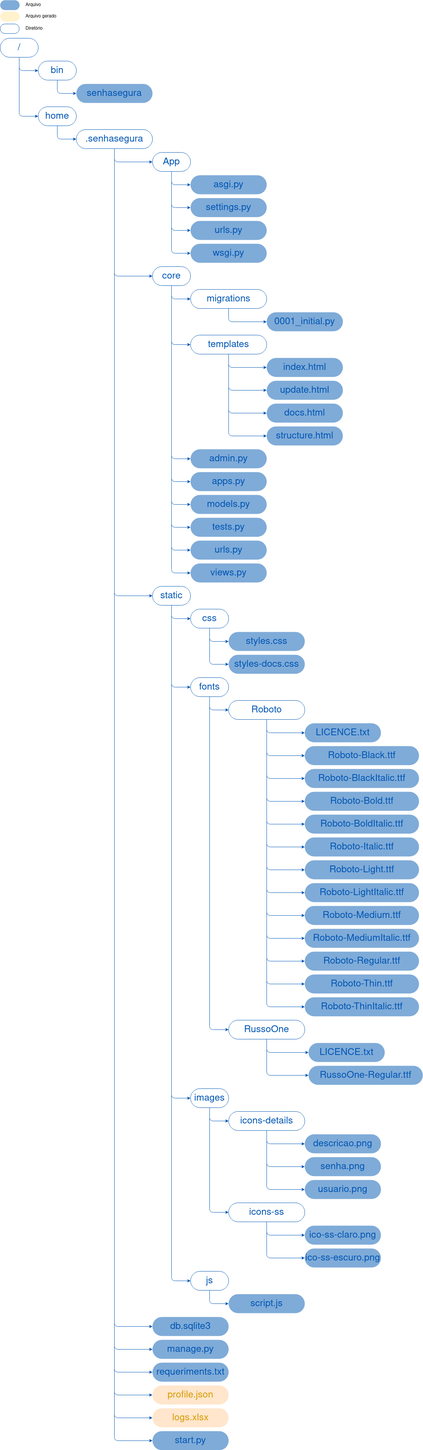
Bill1300/senhasegura keeps this draw.io diagram as static/images/imgs-docs/structure.png. Above is the earlier version. Source tidied: cells renumbered, new cells last; positions are measured from the earlier drawing's top-left corner, leaving out a move shared by most shapes.
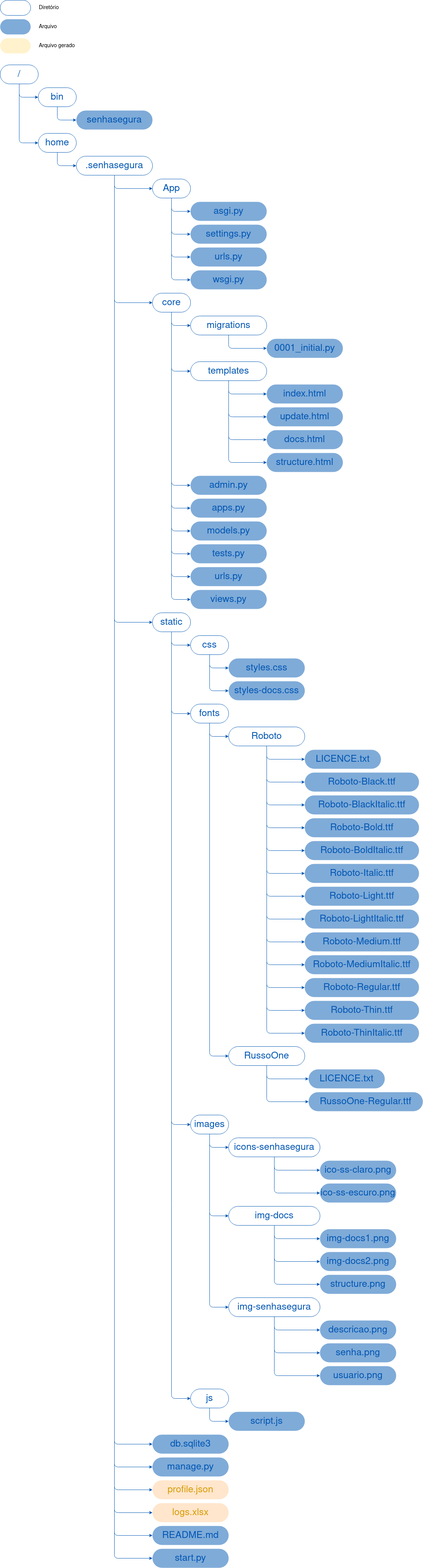
After the change.

Change to the diagram source:
```diff
@@ -17,9 +17,6 @@
     <mxCell id="6" style="edgeStyle=orthogonalEdgeStyle;rounded=1;jettySize=auto;html=1;exitX=0.5;exitY=1;exitDx=0;exitDy=0;entryX=0;entryY=0.5;entryDx=0;entryDy=0;curved=0;strokeColor=#0056B3;strokeWidth=1;" parent="1" edge="1" source="11" target="124">
       <mxGeometry relative="1" as="geometry" />
     </mxCell>
-    <mxCell id="7" style="edgeStyle=orthogonalEdgeStyle;rounded=1;jettySize=auto;html=1;exitX=0.5;exitY=1;exitDx=0;exitDy=0;entryX=0;entryY=0.5;entryDx=0;entryDy=0;curved=0;strokeColor=#0056B3;strokeWidth=1;" parent="1" edge="1" source="11" target="131">
-      <mxGeometry relative="1" as="geometry" />
-    </mxCell>
     <mxCell id="8" style="edgeStyle=orthogonalEdgeStyle;rounded=1;jettySize=auto;html=1;exitX=0.5;exitY=1;exitDx=0;exitDy=0;entryX=0;entryY=0.5;entryDx=0;entryDy=0;curved=0;strokeColor=#0056B3;strokeWidth=1;" parent="1" edge="1" source="11" target="125">
       <mxGeometry relative="1" as="geometry" />
     </mxCell>
@@ -29,6 +26,9 @@
     <mxCell id="10" style="edgeStyle=orthogonalEdgeStyle;rounded=1;jettySize=auto;html=1;exitX=0.5;exitY=1;exitDx=0;exitDy=0;entryX=0;entryY=0.5;entryDx=0;entryDy=0;curved=0;strokeColor=#0056B3;" parent="1" edge="1" source="11" target="127">
       <mxGeometry relative="1" as="geometry" />
     </mxCell>
+    <mxCell id="132" style="edgeStyle=orthogonalEdgeStyle;rounded=1;jettySize=auto;html=1;exitX=0.5;exitY=1;exitDx=0;exitDy=0;entryX=0;entryY=0.5;entryDx=0;entryDy=0;curved=0;strokeColor=#0056B3;" parent="1" edge="1" source="11" target="146">
+      <mxGeometry relative="1" as="geometry" />
+    </mxCell>
     <mxCell id="11" value="&lt;font color=&quot;#0056b3&quot; style=&quot;font-size: 25px;&quot;&gt;.senhasegura&lt;/font&gt;" style="rounded=1;whiteSpace=wrap;html=1;arcSize=50;fillColor=none;strokeColor=#0056B3;strokeWidth=1;" parent="1" vertex="1">
       <mxGeometry x="200" y="340" width="200" height="50" as="geometry" />
     </mxCell>
@@ -56,21 +56,6 @@
     <mxCell id="19" value="&lt;font color=&quot;#0056b3&quot; style=&quot;font-size: 25px;&quot;&gt;senhasegura&lt;/font&gt;" style="rounded=1;whiteSpace=wrap;html=1;arcSize=50;fillColor=#7fabd8;strokeColor=none;strokeWidth=1;" parent="1" vertex="1">
       <mxGeometry x="200" y="220" width="200" height="50" as="geometry" />
     </mxCell>
-    <mxCell id="20" style="group;strokeWidth=1;" parent="1" vertex="1">
-      <mxGeometry y="30" width="159" height="57.5" as="geometry" />
-    </mxCell>
-    <mxCell id="21" style="rounded=1;whiteSpace=wrap;html=1;arcSize=50;fillColor=none;strokeColor=#0056B3;strokeWidth=1;" parent="20" vertex="1">
-      <mxGeometry y="32.5" width="50" height="25" as="geometry" />
-    </mxCell>
-    <mxCell id="22" style="rounded=1;whiteSpace=wrap;html=1;arcSize=50;fillColor=#fff2cc;strokeColor=none;strokeWidth=1;" parent="20" vertex="1">
-      <mxGeometry width="51" height="26" as="geometry" />
-    </mxCell>
-    <mxCell id="23" value="Arquivo gerado" style="text;html=1;strokeColor=none;fillColor=none;align=left;verticalAlign=middle;whiteSpace=wrap;rounded=0;strokeWidth=1;" parent="20" vertex="1">
-      <mxGeometry x="65" y="3" width="94" height="20" as="geometry" />
-    </mxCell>
-    <mxCell id="24" value="Diretório" style="text;html=1;strokeColor=none;fillColor=none;align=left;verticalAlign=middle;whiteSpace=wrap;rounded=0;strokeWidth=1;" parent="20" vertex="1">
-      <mxGeometry x="65" y="35" width="94" height="20" as="geometry" />
-    </mxCell>
     <mxCell id="25" style="edgeStyle=orthogonalEdgeStyle;rounded=1;jettySize=auto;html=1;exitX=0.5;exitY=1;exitDx=0;exitDy=0;entryX=0;entryY=0.5;entryDx=0;entryDy=0;strokeColor=#0056B3;curved=0;strokeWidth=1;" parent="1" edge="1" source="29" target="30">
       <mxGeometry relative="1" as="geometry" />
     </mxCell>
@@ -317,80 +302,116 @@
     <mxCell id="106" style="edgeStyle=orthogonalEdgeStyle;rounded=1;jettySize=auto;html=1;exitX=0.5;exitY=1;exitDx=0;exitDy=0;entryX=0;entryY=0.5;entryDx=0;entryDy=0;curved=0;strokeColor=#0056B3;strokeWidth=1;" parent="1" edge="1" source="107" target="117">
       <mxGeometry relative="1" as="geometry" />
     </mxCell>
+    <mxCell id="133" style="edgeStyle=orthogonalEdgeStyle;rounded=1;jettySize=auto;html=1;exitX=0.5;exitY=1;exitDx=0;exitDy=0;entryX=0;entryY=0.5;entryDx=0;entryDy=0;curved=0;strokeColor=#0056B3;" parent="1" edge="1" source="107" target="142">
+      <mxGeometry relative="1" as="geometry" />
+    </mxCell>
     <mxCell id="107" value="&lt;font color=&quot;#0056b3&quot; style=&quot;font-size: 25px;&quot;&gt;images&lt;/font&gt;" style="rounded=1;whiteSpace=wrap;html=1;arcSize=50;fillColor=none;strokeColor=#0056B3;strokeWidth=1;" parent="1" vertex="1">
       <mxGeometry x="500" y="2860" width="100" height="50" as="geometry" />
     </mxCell>
-    <mxCell id="108" style="edgeStyle=orthogonalEdgeStyle;rounded=1;jettySize=auto;html=1;exitX=0.5;exitY=1;exitDx=0;exitDy=0;entryX=0;entryY=0.5;entryDx=0;entryDy=0;curved=0;strokeColor=#0056B3;strokeWidth=1;" parent="1" edge="1" source="111" target="112">
-      <mxGeometry relative="1" as="geometry" />
-    </mxCell>
-    <mxCell id="109" style="edgeStyle=orthogonalEdgeStyle;rounded=1;jettySize=auto;html=1;exitX=0.5;exitY=1;exitDx=0;exitDy=0;entryX=0;entryY=0.5;entryDx=0;entryDy=0;curved=0;strokeColor=#0056B3;strokeWidth=1;" parent="1" edge="1" source="111" target="113">
-      <mxGeometry relative="1" as="geometry" />
-    </mxCell>
-    <mxCell id="110" style="edgeStyle=orthogonalEdgeStyle;rounded=1;jettySize=auto;html=1;exitX=0.5;exitY=1;exitDx=0;exitDy=0;entryX=0;entryY=0.5;entryDx=0;entryDy=0;curved=0;strokeColor=#0056B3;strokeWidth=1;" parent="1" edge="1" source="111" target="114">
-      <mxGeometry relative="1" as="geometry" />
-    </mxCell>
+    <mxCell id="134" style="edgeStyle=orthogonalEdgeStyle;rounded=1;jettySize=auto;html=1;exitX=0.5;exitY=1;exitDx=0;exitDy=0;entryX=0;entryY=0.5;entryDx=0;entryDy=0;strokeColor=#0056B3;curved=0;" parent="1" edge="1" source="111" target="118">
+      <mxGeometry relative="1" as="geometry" />
+    </mxCell>
+    <mxCell id="135" style="edgeStyle=orthogonalEdgeStyle;rounded=1;jettySize=auto;html=1;exitX=0.5;exitY=1;exitDx=0;exitDy=0;entryX=0;entryY=0.5;entryDx=0;entryDy=0;strokeColor=#0056B3;curved=0;" parent="1" edge="1" source="111" target="119">
+      <mxGeometry relative="1" as="geometry" />
+    </mxCell>
-    <mxCell id="111" value="&lt;font color=&quot;#0056b3&quot; style=&quot;font-size: 25px;&quot;&gt;icons-details&lt;/font&gt;" style="rounded=1;whiteSpace=wrap;html=1;arcSize=50;fillColor=none;strokeColor=#0056B3;strokeWidth=1;" parent="1" vertex="1">
-      <mxGeometry x="600" y="2920" width="200" height="50" as="geometry" />
+    <mxCell id="111" value="&lt;font color=&quot;#0056b3&quot; style=&quot;font-size: 25px;&quot;&gt;icons-senhasegura&lt;/font&gt;" style="rounded=1;whiteSpace=wrap;html=1;arcSize=50;fillColor=none;strokeColor=#0056B3;strokeWidth=1;" parent="1" vertex="1">
+      <mxGeometry x="600" y="2920" width="240" height="50" as="geometry" />
     </mxCell>
-    <mxCell id="112" value="&lt;font color=&quot;#0056b3&quot; style=&quot;font-size: 25px;&quot;&gt;descricao.png&lt;/font&gt;" style="rounded=1;whiteSpace=wrap;html=1;arcSize=50;fillColor=#7fabd8;strokeColor=none;strokeWidth=1;" parent="1" vertex="1">
-      <mxGeometry x="800" y="2980" width="200" height="50" as="geometry" />
+    <mxCell id="112" value="&lt;font color=&quot;#0056b3&quot; style=&quot;font-size: 25px;&quot;&gt;img-docs1.png&lt;/font&gt;" style="rounded=1;whiteSpace=wrap;html=1;arcSize=50;fillColor=#7fabd8;strokeColor=none;strokeWidth=1;" parent="1" vertex="1">
+      <mxGeometry x="840" y="3160" width="200" height="50" as="geometry" />
     </mxCell>
-    <mxCell id="113" value="&lt;font color=&quot;#0056b3&quot; style=&quot;font-size: 25px;&quot;&gt;senha.png&lt;/font&gt;" style="rounded=1;whiteSpace=wrap;html=1;arcSize=50;fillColor=#7fabd8;strokeColor=none;strokeWidth=1;" parent="1" vertex="1">
-      <mxGeometry x="800" y="3040" width="200" height="50" as="geometry" />
+    <mxCell id="113" value="&lt;font color=&quot;#0056b3&quot; style=&quot;font-size: 25px;&quot;&gt;img-docs2.png&lt;/font&gt;" style="rounded=1;whiteSpace=wrap;html=1;arcSize=50;fillColor=#7fabd8;strokeColor=none;strokeWidth=1;" parent="1" vertex="1">
+      <mxGeometry x="840" y="3220" width="200" height="50" as="geometry" />
     </mxCell>
-    <mxCell id="114" value="&lt;font color=&quot;#0056b3&quot; style=&quot;font-size: 25px;&quot;&gt;usuario.png&lt;/font&gt;" style="rounded=1;whiteSpace=wrap;html=1;arcSize=50;fillColor=#7fabd8;strokeColor=none;strokeWidth=1;" parent="1" vertex="1">
-      <mxGeometry x="800" y="3100" width="200" height="50" as="geometry" />
+    <mxCell id="114" value="&lt;font color=&quot;#0056b3&quot; style=&quot;font-size: 25px;&quot;&gt;structure.png&lt;/font&gt;" style="rounded=1;whiteSpace=wrap;html=1;arcSize=50;fillColor=#7fabd8;strokeColor=none;strokeWidth=1;" parent="1" vertex="1">
+      <mxGeometry x="840" y="3280" width="200" height="50" as="geometry" />
     </mxCell>
-    <mxCell id="115" style="edgeStyle=orthogonalEdgeStyle;rounded=1;jettySize=auto;html=1;exitX=0.5;exitY=1;exitDx=0;exitDy=0;entryX=0;entryY=0.5;entryDx=0;entryDy=0;curved=0;strokeColor=#0056B3;strokeWidth=1;" parent="1" edge="1" source="117" target="118">
-      <mxGeometry relative="1" as="geometry" />
-    </mxCell>
-    <mxCell id="116" style="edgeStyle=orthogonalEdgeStyle;rounded=1;jettySize=auto;html=1;exitX=0.5;exitY=1;exitDx=0;exitDy=0;entryX=0;entryY=0.5;entryDx=0;entryDy=0;curved=0;strokeColor=#0056B3;strokeWidth=1;" parent="1" edge="1" source="117" target="119">
-      <mxGeometry relative="1" as="geometry" />
-    </mxCell>
+    <mxCell id="136" style="edgeStyle=orthogonalEdgeStyle;rounded=1;jettySize=auto;html=1;exitX=0.5;exitY=1;exitDx=0;exitDy=0;entryX=0;entryY=0.5;entryDx=0;entryDy=0;curved=0;strokeColor=#0056B3;" parent="1" edge="1" source="117" target="112">
+      <mxGeometry relative="1" as="geometry" />
+    </mxCell>
+    <mxCell id="137" style="edgeStyle=orthogonalEdgeStyle;rounded=1;jettySize=auto;html=1;exitX=0.5;exitY=1;exitDx=0;exitDy=0;entryX=0;entryY=0.5;entryDx=0;entryDy=0;curved=0;strokeColor=#0056B3;" parent="1" edge="1" source="117" target="113">
+      <mxGeometry relative="1" as="geometry" />
+    </mxCell>
+    <mxCell id="138" style="edgeStyle=orthogonalEdgeStyle;rounded=1;jettySize=auto;html=1;exitX=0.5;exitY=1;exitDx=0;exitDy=0;entryX=0;entryY=0.5;entryDx=0;entryDy=0;curved=0;strokeColor=#0056B3;" parent="1" edge="1" source="117" target="114">
+      <mxGeometry relative="1" as="geometry" />
+    </mxCell>
-    <mxCell id="117" value="&lt;font color=&quot;#0056b3&quot; style=&quot;font-size: 25px;&quot;&gt;icons-ss&lt;/font&gt;" style="rounded=1;whiteSpace=wrap;html=1;arcSize=50;fillColor=none;strokeColor=#0056B3;strokeWidth=1;" parent="1" vertex="1">
-      <mxGeometry x="600" y="3160" width="200" height="50" as="geometry" />
+    <mxCell id="117" value="&lt;font color=&quot;#0056b3&quot; style=&quot;font-size: 25px;&quot;&gt;img-docs&lt;/font&gt;" style="rounded=1;whiteSpace=wrap;html=1;arcSize=50;fillColor=none;strokeColor=#0056B3;strokeWidth=1;" parent="1" vertex="1">
+      <mxGeometry x="600" y="3100" width="240" height="50" as="geometry" />
     </mxCell>
-    <mxCell id="118" value="&lt;font color=&quot;#0056b3&quot; style=&quot;font-size: 25px;&quot;&gt;ico-ss-claro.png&lt;/font&gt;" style="rounded=1;whiteSpace=wrap;html=1;arcSize=50;fillColor=#7fabd8;strokeColor=none;strokeWidth=1;" parent="1" vertex="1">
-      <mxGeometry x="800" y="3220" width="200" height="50" as="geometry" />
-    </mxCell>
-    <mxCell id="119" value="&lt;font color=&quot;#0056b3&quot; style=&quot;font-size: 25px;&quot;&gt;ico-ss-escuro.png&lt;/font&gt;" style="rounded=1;whiteSpace=wrap;html=1;arcSize=50;fillColor=#7fabd8;strokeColor=none;strokeWidth=1;" parent="1" vertex="1">
-      <mxGeometry x="800" y="3280" width="200" height="50" as="geometry" />
-    </mxCell>
     <mxCell id="120" style="edgeStyle=orthogonalEdgeStyle;rounded=1;jettySize=auto;html=1;exitX=0.5;exitY=1;exitDx=0;exitDy=0;entryX=0;entryY=0.5;entryDx=0;entryDy=0;curved=0;strokeColor=#0056B3;strokeWidth=1;" parent="1" edge="1" source="121" target="122">
       <mxGeometry relative="1" as="geometry" />
     </mxCell>
     <mxCell id="121" value="&lt;font color=&quot;#0056b3&quot; style=&quot;font-size: 25px;&quot;&gt;js&lt;/font&gt;" style="rounded=1;whiteSpace=wrap;html=1;arcSize=50;fillColor=none;strokeColor=#0056B3;strokeWidth=1;" parent="1" vertex="1">
-      <mxGeometry x="500" y="3340" width="100" height="50" as="geometry" />
+      <mxGeometry x="500" y="3580" width="100" height="50" as="geometry" />
     </mxCell>
     <mxCell id="122" value="&lt;font color=&quot;#0056b3&quot; style=&quot;font-size: 25px;&quot;&gt;script.js&lt;/font&gt;" style="rounded=1;whiteSpace=wrap;html=1;arcSize=50;fillColor=#7fabd8;strokeColor=none;strokeWidth=1;" parent="1" vertex="1">
-      <mxGeometry x="600" y="3400" width="200" height="50" as="geometry" />
+      <mxGeometry x="600" y="3640" width="200" height="50" as="geometry" />
     </mxCell>
     <mxCell id="123" value="&lt;font color=&quot;#0056b3&quot; style=&quot;font-size: 25px;&quot;&gt;db.sqlite3&lt;/font&gt;" style="rounded=1;whiteSpace=wrap;html=1;arcSize=50;fillColor=#7fabd8;strokeColor=none;strokeWidth=1;" parent="1" vertex="1">
-      <mxGeometry x="400" y="3460" width="200" height="50" as="geometry" />
+      <mxGeometry x="400" y="3700" width="200" height="50" as="geometry" />
     </mxCell>
     <mxCell id="124" value="&lt;font color=&quot;#0056b3&quot; style=&quot;font-size: 25px;&quot;&gt;manage.py&lt;/font&gt;" style="rounded=1;whiteSpace=wrap;html=1;arcSize=50;fillColor=#7fabd8;strokeColor=none;strokeWidth=1;" parent="1" vertex="1">
-      <mxGeometry x="400" y="3520" width="200" height="50" as="geometry" />
+      <mxGeometry x="400" y="3760" width="200" height="50" as="geometry" />
     </mxCell>
     <mxCell id="125" value="&lt;font color=&quot;#d79b00&quot; style=&quot;font-size: 25px;&quot;&gt;profile.json&lt;/font&gt;" style="rounded=1;whiteSpace=wrap;html=1;arcSize=50;fillColor=#ffe6cc;strokeColor=none;strokeWidth=1;" parent="1" vertex="1">
-      <mxGeometry x="400" y="3640" width="200" height="50" as="geometry" />
+      <mxGeometry x="400" y="3820" width="200" height="50" as="geometry" />
     </mxCell>
     <mxCell id="126" value="&lt;font color=&quot;#d79b00&quot; style=&quot;font-size: 25px;&quot;&gt;logs.xlsx&lt;/font&gt;" style="rounded=1;whiteSpace=wrap;html=1;arcSize=50;fillColor=#ffe6cc;strokeColor=none;strokeWidth=1;" parent="1" vertex="1">
-      <mxGeometry x="400" y="3700" width="200" height="50" as="geometry" />
+      <mxGeometry x="400" y="3880" width="200" height="50" as="geometry" />
     </mxCell>
-    <mxCell id="127" value="&lt;font color=&quot;#0056b3&quot; style=&quot;font-size: 25px;&quot;&gt;start.py&lt;/font&gt;" style="rounded=1;whiteSpace=wrap;html=1;arcSize=50;fillColor=#7fabd8;strokeColor=none;strokeWidth=1;" parent="1" vertex="1">
-      <mxGeometry x="400" y="3760" width="200" height="50" as="geometry" />
+    <mxCell id="127" value="&lt;font color=&quot;#0056b3&quot; style=&quot;font-size: 25px;&quot;&gt;README.md&lt;/font&gt;" style="rounded=1;whiteSpace=wrap;html=1;arcSize=50;fillColor=#7fabd8;strokeColor=none;strokeWidth=1;" parent="1" vertex="1">
+      <mxGeometry x="400" y="3940" width="200" height="50" as="geometry" />
     </mxCell>
     <mxCell id="128" style="rounded=1;whiteSpace=wrap;html=1;arcSize=50;fillColor=#7FABD8;strokeColor=none;strokeWidth=1;" parent="1" vertex="1">
-      <mxGeometry width="51" height="26" as="geometry" />
+      <mxGeometry y="-20" width="80" height="40" as="geometry" />
     </mxCell>
-    <mxCell id="129" value="Arquivo" style="text;html=1;strokeColor=none;fillColor=none;align=left;verticalAlign=middle;whiteSpace=wrap;rounded=0;strokeWidth=1;" parent="1" vertex="1">
-      <mxGeometry x="65" y="3" width="94" height="20" as="geometry" />
+    <mxCell id="129" value="&lt;font style=&quot;font-size: 14px;&quot;&gt;Arquivo&lt;/font&gt;" style="text;html=1;strokeColor=none;fillColor=none;align=left;verticalAlign=middle;whiteSpace=wrap;rounded=0;strokeWidth=1;" parent="1" vertex="1">
+      <mxGeometry x="100" y="-10" width="94" height="20" as="geometry" />
     </mxCell>
     <mxCell id="130" value="&lt;font color=&quot;#0056b3&quot; style=&quot;font-size: 25px;&quot;&gt;structure.html&lt;/font&gt;" style="rounded=1;whiteSpace=wrap;html=1;arcSize=50;fillColor=#7fabd8;strokeColor=none;strokeWidth=1;" parent="1" vertex="1">
       <mxGeometry x="700" y="1120" width="200" height="50" as="geometry" />
     </mxCell>
-    <mxCell id="131" value="&lt;font color=&quot;#0056b3&quot; style=&quot;font-size: 25px;&quot;&gt;requeriments.txt&lt;/font&gt;" style="rounded=1;whiteSpace=wrap;html=1;arcSize=50;fillColor=#7fabd8;strokeColor=none;strokeWidth=1;" parent="1" vertex="1">
-      <mxGeometry x="400" y="3580" width="200" height="50" as="geometry" />
-    </mxCell>
+    <mxCell id="118" value="&lt;font color=&quot;#0056b3&quot; style=&quot;font-size: 25px;&quot;&gt;ico-ss-claro.png&lt;/font&gt;" style="rounded=1;whiteSpace=wrap;html=1;arcSize=50;fillColor=#7fabd8;strokeColor=none;strokeWidth=1;" parent="1" vertex="1">
+      <mxGeometry x="840" y="2980" width="200" height="50" as="geometry" />
+    </mxCell>
+    <mxCell id="119" value="&lt;font color=&quot;#0056b3&quot; style=&quot;font-size: 25px;&quot;&gt;ico-ss-escuro.png&lt;/font&gt;" style="rounded=1;whiteSpace=wrap;html=1;arcSize=50;fillColor=#7fabd8;strokeColor=none;strokeWidth=1;" parent="1" vertex="1">
+      <mxGeometry x="840" y="3040" width="200" height="50" as="geometry" />
+    </mxCell>
+    <mxCell id="139" style="edgeStyle=orthogonalEdgeStyle;rounded=1;jettySize=auto;html=1;exitX=0.5;exitY=1;exitDx=0;exitDy=0;entryX=0;entryY=0.5;entryDx=0;entryDy=0;curved=0;strokeColor=#0056B3;" parent="1" edge="1" source="142" target="143">
+      <mxGeometry relative="1" as="geometry" />
+    </mxCell>
+    <mxCell id="140" style="edgeStyle=orthogonalEdgeStyle;rounded=1;jettySize=auto;html=1;exitX=0.5;exitY=1;exitDx=0;exitDy=0;entryX=0;entryY=0.5;entryDx=0;entryDy=0;curved=0;strokeColor=#0056B3;" parent="1" edge="1" source="142" target="144">
+      <mxGeometry relative="1" as="geometry" />
+    </mxCell>
+    <mxCell id="141" style="edgeStyle=orthogonalEdgeStyle;rounded=1;jettySize=auto;html=1;exitX=0.5;exitY=1;exitDx=0;exitDy=0;entryX=0;entryY=0.5;entryDx=0;entryDy=0;curved=0;strokeColor=#0056B3;" parent="1" edge="1" source="142" target="145">
+      <mxGeometry relative="1" as="geometry" />
+    </mxCell>
+    <mxCell id="142" value="&lt;font color=&quot;#0056b3&quot; style=&quot;font-size: 25px;&quot;&gt;img-senhasegura&lt;/font&gt;" style="rounded=1;whiteSpace=wrap;html=1;arcSize=50;fillColor=none;strokeColor=#0056B3;strokeWidth=1;" parent="1" vertex="1">
+      <mxGeometry x="600" y="3340" width="240" height="50" as="geometry" />
+    </mxCell>
+    <mxCell id="143" value="&lt;font color=&quot;#0056b3&quot; style=&quot;font-size: 25px;&quot;&gt;descricao.png&lt;/font&gt;" style="rounded=1;whiteSpace=wrap;html=1;arcSize=50;fillColor=#7fabd8;strokeColor=none;strokeWidth=1;" parent="1" vertex="1">
+      <mxGeometry x="840" y="3400" width="200" height="50" as="geometry" />
+    </mxCell>
+    <mxCell id="144" value="&lt;font color=&quot;#0056b3&quot; style=&quot;font-size: 25px;&quot;&gt;senha.png&lt;/font&gt;" style="rounded=1;whiteSpace=wrap;html=1;arcSize=50;fillColor=#7fabd8;strokeColor=none;strokeWidth=1;" parent="1" vertex="1">
+      <mxGeometry x="840" y="3460" width="200" height="50" as="geometry" />
+    </mxCell>
+    <mxCell id="145" value="&lt;font color=&quot;#0056b3&quot; style=&quot;font-size: 25px;&quot;&gt;usuario.png&lt;/font&gt;" style="rounded=1;whiteSpace=wrap;html=1;arcSize=50;fillColor=#7fabd8;strokeColor=none;strokeWidth=1;" parent="1" vertex="1">
+      <mxGeometry x="840" y="3520" width="200" height="50" as="geometry" />
+    </mxCell>
+    <mxCell id="146" value="&lt;font color=&quot;#0056b3&quot; style=&quot;font-size: 25px;&quot;&gt;start.py&lt;/font&gt;" style="rounded=1;whiteSpace=wrap;html=1;arcSize=50;fillColor=#7fabd8;strokeColor=none;strokeWidth=1;" parent="1" vertex="1">
+      <mxGeometry x="400" y="4000" width="200" height="50" as="geometry" />
+    </mxCell>
+    <mxCell id="21" style="rounded=1;whiteSpace=wrap;html=1;arcSize=50;fillColor=none;strokeColor=#0056B3;strokeWidth=1;" parent="1" vertex="1">
+      <mxGeometry y="-70" width="80" height="40" as="geometry" />
+    </mxCell>
+    <mxCell id="22" style="rounded=1;whiteSpace=wrap;html=1;arcSize=50;fillColor=#fff2cc;strokeColor=none;strokeWidth=1;" parent="1" vertex="1">
+      <mxGeometry y="30" width="80" height="40" as="geometry" />
+    </mxCell>
+    <mxCell id="23" value="&lt;font style=&quot;font-size: 14px;&quot;&gt;Arquivo gerado&lt;/font&gt;" style="text;html=1;strokeColor=none;fillColor=none;align=left;verticalAlign=middle;whiteSpace=wrap;rounded=0;strokeWidth=1;" parent="1" vertex="1">
+      <mxGeometry x="100" y="40" width="130" height="20" as="geometry" />
+    </mxCell>
+    <mxCell id="24" value="&lt;font style=&quot;font-size: 14px;&quot;&gt;Diretório&lt;/font&gt;" style="text;html=1;strokeColor=none;fillColor=none;align=left;verticalAlign=middle;whiteSpace=wrap;rounded=0;strokeWidth=1;" parent="1" vertex="1">
+      <mxGeometry x="100" y="-60" width="94" height="20" as="geometry" />
+    </mxCell>
   </root>
 </mxGraphModel>
```
